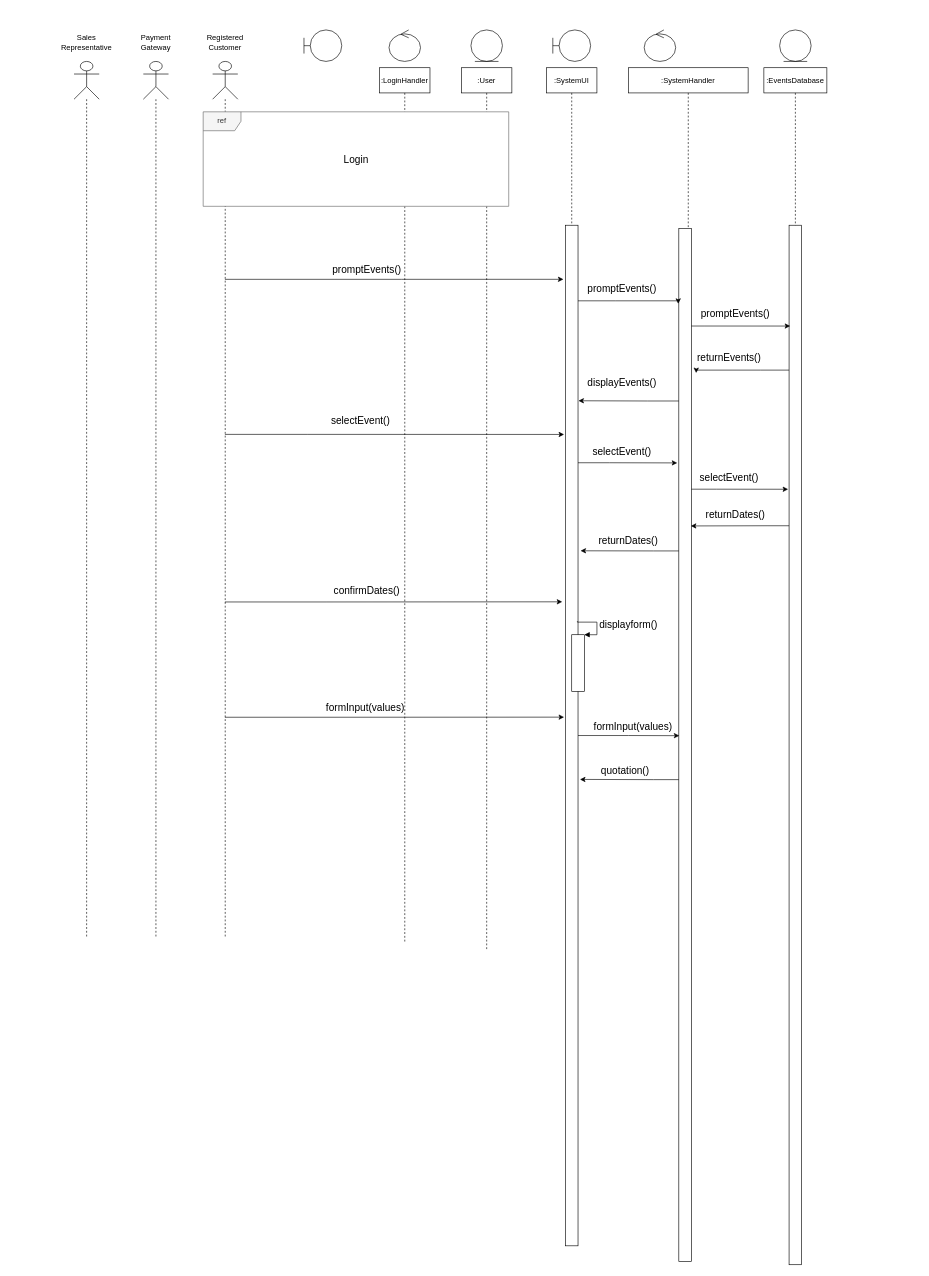
Earlier version of the draw.io diagram Projects/Software Engineering/Sequence.drawio (IT21003332/Y2S1). Source tidied: cells renumbered, new cells numbered last; positions are measured from the earlier drawing's top-left corner, leaving out a move shared by most shapes. Both pictures are drawn from the tidied source at 63%, with x=0, y=0 at pixel (74, 30).
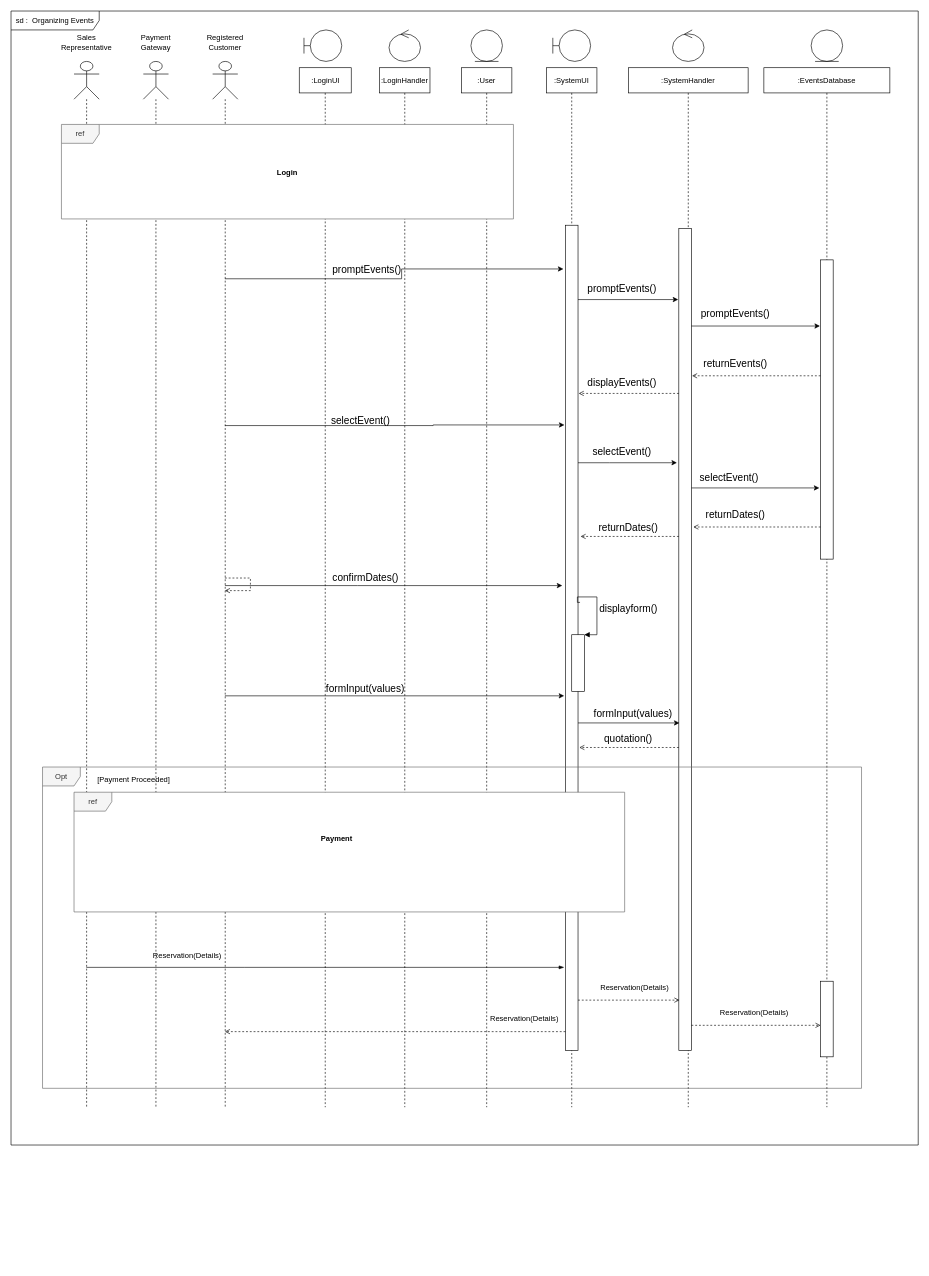
After the change.

Unchanged cells that the change refers to:
```xml
<mxCell id="21" style="html=1;points=[];perimeter=orthogonalPerimeter;shadow=0;fillColor=#FFFFFF;gradientColor=none;fontSize=16;" parent="19" vertex="1">
  <mxGeometry x="40" y="900" width="20" height="90" as="geometry" />
</mxCell>
```

Diff of the diagram source:
```diff
@@
     <mxCell id="4" value=":LoginHandler" style="shape=umlLifeline;perimeter=lifelinePerimeter;whiteSpace=wrap;html=1;" parent="1" vertex="1">
-      <mxGeometry x="485" y="60" width="80" height="1390" as="geometry" />
+      <mxGeometry x="485" y="60" width="80" height="1650" as="geometry" />
     </mxCell>
     <mxCell id="5" value=":User" style="shape=umlLifeline;perimeter=lifelinePerimeter;whiteSpace=wrap;html=1;" parent="1" vertex="1">
-      <mxGeometry x="615" y="60" width="80" height="1400" as="geometry" />
+      <mxGeometry x="615" y="60" width="80" height="1650" as="geometry" />
     </mxCell>
@@
-    <mxCell id="8" style="edgeStyle=orthogonalEdgeStyle;rounded=0;jettySize=auto;html=1;entryX=-0.107;entryY=0.205;entryDx=0;entryDy=0;entryPerimeter=0;fontSize=16;" parent="1" edge="1" source="11" target="20">
+    <mxCell id="8" style="edgeStyle=orthogonalEdgeStyle;rounded=0;jettySize=auto;html=1;entryX=-0.08;entryY=0.242;entryDx=0;entryDy=0;entryPerimeter=0;fontSize=16;" parent="1" edge="1" source="11" target="20">
       <mxGeometry relative="1" as="geometry">
         <Array as="points">
-          <mxPoint x="370" y="642" />
-          <mxPoint x="370" y="642" />
+          <mxPoint x="570" y="628" />
         </Array>
       </mxGeometry>
     </mxCell>
-    <mxCell id="9" style="edgeStyle=orthogonalEdgeStyle;rounded=0;jettySize=auto;html=1;entryX=-0.256;entryY=0.369;entryDx=0;entryDy=0;entryPerimeter=0;fontSize=16;" parent="1" edge="1" source="11" target="20">
+    <mxCell id="9" style="edgeStyle=orthogonalEdgeStyle;rounded=0;jettySize=auto;html=1;fontSize=16;" parent="1" edge="1" source="11">
       <mxGeometry relative="1" as="geometry">
+        <mxPoint x="775" y="882" as="targetPoint" />
         <Array as="points">
-          <mxPoint x="400" y="908" />
-          <mxPoint x="400" y="908" />
+          <mxPoint x="450" y="882" />
+          <mxPoint x="450" y="882" />
         </Array>
       </mxGeometry>
     </mxCell>
-    <mxCell id="10" style="edgeStyle=orthogonalEdgeStyle;rounded=0;jettySize=auto;html=1;entryX=-0.107;entryY=0.482;entryDx=0;entryDy=0;entryPerimeter=0;fontSize=16;" parent="1" edge="1" source="11" target="20">
+    <mxCell id="10" style="edgeStyle=orthogonalEdgeStyle;rounded=0;jettySize=auto;html=1;fontSize=16;" parent="1" edge="1" source="11">
       <mxGeometry relative="1" as="geometry">
+        <mxPoint x="778" y="1057" as="targetPoint" />
         <Array as="points">
-          <mxPoint x="400" y="1091" />
-          <mxPoint x="400" y="1091" />
+          <mxPoint x="460" y="1057" />
+          <mxPoint x="460" y="1057" />
         </Array>
       </mxGeometry>
     </mxCell>
     <mxCell id="11" style="shape=umlLifeline;participant=umlActor;perimeter=lifelinePerimeter;whiteSpace=wrap;html=1;verticalAlign=top;spacingTop=36;outlineConnect=0;size=60;" parent="1" vertex="1">
-      <mxGeometry x="220" y="50" width="40" height="1390" as="geometry" />
+      <mxGeometry x="220" y="50" width="40" height="1660" as="geometry" />
     </mxCell>
@@
+    <mxCell id="54" style="edgeStyle=orthogonalEdgeStyle;rounded=0;jettySize=auto;html=1;endArrow=blockThin;endFill=1;strokeWidth=1;" parent="1" edge="1" source="13">
+      <mxGeometry relative="1" as="geometry">
+        <mxPoint x="778" y="1488" as="targetPoint" />
+        <Array as="points">
+          <mxPoint x="270" y="1488" />
+          <mxPoint x="270" y="1488" />
+        </Array>
+      </mxGeometry>
+    </mxCell>
     <mxCell id="13" style="shape=umlLifeline;participant=umlActor;perimeter=lifelinePerimeter;whiteSpace=wrap;html=1;verticalAlign=top;spacingTop=36;outlineConnect=0;size=60;" parent="1" vertex="1">
-      <mxGeometry y="50" width="40" height="1390" as="geometry" />
+      <mxGeometry y="50" width="40" height="1660" as="geometry" />
     </mxCell>
@@
     <mxCell id="15" style="shape=umlLifeline;participant=umlActor;perimeter=lifelinePerimeter;whiteSpace=wrap;html=1;verticalAlign=top;spacingTop=36;size=60;" parent="1" vertex="1">
-      <mxGeometry x="110" y="50" width="40" height="1390" as="geometry" />
+      <mxGeometry x="110" y="50" width="40" height="1660" as="geometry" />
     </mxCell>
@@
-    <mxCell id="17" value="ref" style="shape=umlFrame;whiteSpace=wrap;html=1;fillColor=#f5f5f5;strokeColor=#666666;fontColor=#333333;shadow=0;swimlaneFillColor=#ffffff;" parent="1" vertex="1">
-      <mxGeometry x="205" y="130" width="485" height="150" as="geometry" />
-    </mxCell>
-    <mxCell id="18" value="Login" style="text;html=1;strokeColor=none;fillColor=none;align=center;verticalAlign=middle;whiteSpace=wrap;rounded=0;shadow=0;fontSize=16;" parent="1" vertex="1">
-      <mxGeometry x="427.5" y="195" width="40" height="20" as="geometry" />
-    </mxCell>
     <mxCell id="19" value=":SystemUI" style="shape=umlLifeline;perimeter=lifelinePerimeter;whiteSpace=wrap;html=1;" parent="1" vertex="1">
-      <mxGeometry x="750" y="60" width="80" height="1870" as="geometry" />
+      <mxGeometry x="750" y="60" width="80" height="1650" as="geometry" />
     </mxCell>
     <mxCell id="20" style="html=1;points=[];perimeter=orthogonalPerimeter;shadow=0;fillColor=#FFFFFF;gradientColor=none;fontSize=16;" parent="19" vertex="1">
-      <mxGeometry x="30" y="250" width="20" height="1620" as="geometry" />
+      <mxGeometry x="30" y="250" width="20" height="1310" as="geometry" />
     </mxCell>
@@
-    <mxCell id="22" value="displayform()" style="edgeStyle=orthogonalEdgeStyle;html=1;align=left;spacingLeft=2;endArrow=block;rounded=0;entryX=1;entryY=0;fontSize=16;exitX=0.95;exitY=0.388;exitDx=0;exitDy=0;exitPerimeter=0;" parent="19" edge="1" source="20" target="21">
+    <mxCell id="22" value="displayform()" style="edgeStyle=orthogonalEdgeStyle;html=1;align=left;spacingLeft=2;endArrow=block;rounded=0;entryX=1;entryY=0;fontSize=16;exitX=1.16;exitY=0.457;exitDx=0;exitDy=0;exitPerimeter=0;" parent="19" edge="1" source="20" target="21">
       <mxGeometry relative="1" as="geometry">
         <Array as="points">
-          <mxPoint x="49" y="880" />
-          <mxPoint x="80" y="880" />
+          <mxPoint x="49" y="849" />
+          <mxPoint x="49" y="840" />
+          <mxPoint x="80" y="840" />
           <mxPoint x="80" y="900" />
         </Array>
       </mxGeometry>
     </mxCell>
@@
     <mxCell id="24" style="ellipse;shape=umlControl;whiteSpace=wrap;html=1;" parent="1" vertex="1">
-      <mxGeometry x="905" width="50" height="50" as="geometry" />
+      <mxGeometry x="950" width="50" height="50" as="geometry" />
     </mxCell>
     <mxCell id="25" value=":SystemHandler" style="shape=umlLifeline;perimeter=lifelinePerimeter;whiteSpace=wrap;html=1;" parent="1" vertex="1">
-      <mxGeometry x="880" y="60" width="190" height="1890" as="geometry" />
+      <mxGeometry x="880" y="60" width="190" height="1650" as="geometry" />
     </mxCell>
     <mxCell id="26" style="html=1;points=[];perimeter=orthogonalPerimeter;shadow=0;fillColor=#FFFFFF;gradientColor=none;fontSize=16;" parent="25" vertex="1">
-      <mxGeometry x="80" y="255" width="20" height="1640" as="geometry" />
+      <mxGeometry x="80" y="255" width="20" height="1305" as="geometry" />
     </mxCell>
@@
     <mxCell id="29" value="formInput(values)" style="text;html=1;strokeColor=none;fillColor=none;align=center;verticalAlign=middle;whiteSpace=wrap;rounded=0;shadow=0;fontSize=16;" parent="25" vertex="1">
-      <mxGeometry x="-10" y="1040" width="35" height="10" as="geometry" />
+      <mxGeometry x="-10" y="1020" width="35" height="10" as="geometry" />
     </mxCell>
     <mxCell id="30" style="ellipse;shape=umlEntity;whiteSpace=wrap;html=1;" parent="1" vertex="1">
-      <mxGeometry x="1120" width="50" height="50" as="geometry" />
+      <mxGeometry x="1170" width="50" height="50" as="geometry" />
     </mxCell>
     <mxCell id="31" value=":EventsDatabase" style="shape=umlLifeline;perimeter=lifelinePerimeter;whiteSpace=wrap;html=1;" parent="1" vertex="1">
-      <mxGeometry x="1095" y="60" width="100" height="1900" as="geometry" />
+      <mxGeometry x="1095" y="60" width="200" height="1650" as="geometry" />
     </mxCell>
     <mxCell id="32" style="html=1;points=[];perimeter=orthogonalPerimeter;shadow=0;fillColor=#FFFFFF;gradientColor=none;fontSize=16;" parent="31" vertex="1">
-      <mxGeometry x="40" y="250" width="20" height="1650" as="geometry" />
+      <mxGeometry x="90" y="305" width="20" height="475" as="geometry" />
     </mxCell>
+    <mxCell id="55" style="html=1;points=[];perimeter=orthogonalPerimeter;strokeWidth=1;" parent="31" vertex="1">
+      <mxGeometry x="90" y="1450" width="20" height="120" as="geometry" />
+    </mxCell>
@@
     <mxCell id="37" value="returnEvents()" style="text;html=1;strokeColor=none;fillColor=none;align=center;verticalAlign=middle;whiteSpace=wrap;rounded=0;shadow=0;fontSize=16;" parent="1" vertex="1">
-      <mxGeometry x="1020" y="510" width="40" height="20" as="geometry" />
+      <mxGeometry x="1030" y="520" width="40" height="20" as="geometry" />
     </mxCell>
@@
-    <mxCell id="40" style="edgeStyle=orthogonalEdgeStyle;rounded=0;jettySize=auto;html=1;entryX=-0.05;entryY=0.073;entryDx=0;entryDy=0;entryPerimeter=0;fontSize=16;" parent="1" edge="1" source="20" target="26">
-      <mxGeometry relative="1" as="geometry">
-        <Array as="points">
-          <mxPoint x="860" y="430" />
-          <mxPoint x="860" y="430" />
-        </Array>
-      </mxGeometry>
-    </mxCell>
-    <mxCell id="41" style="edgeStyle=orthogonalEdgeStyle;rounded=0;jettySize=auto;html=1;entryX=0.086;entryY=0.097;entryDx=0;entryDy=0;entryPerimeter=0;fontSize=16;" parent="1" edge="1" source="26" target="32">
+    <mxCell id="41" style="edgeStyle=orthogonalEdgeStyle;rounded=0;jettySize=auto;html=1;fontSize=16;" parent="1" edge="1" source="26">
       <mxGeometry relative="1" as="geometry">
+        <mxPoint x="1184" y="470" as="targetPoint" />
         <Array as="points">
-          <mxPoint x="1000" y="470" />
-          <mxPoint x="1000" y="470" />
+          <mxPoint x="1184" y="470" />
         </Array>
       </mxGeometry>
     </mxCell>
-    <mxCell id="42" style="edgeStyle=orthogonalEdgeStyle;rounded=0;jettySize=auto;html=1;entryX=1.379;entryY=0.14;entryDx=0;entryDy=0;entryPerimeter=0;fontSize=16;" parent="1" edge="1" source="32" target="26">
-      <mxGeometry relative="1" as="geometry">
-        <Array as="points">
-          <mxPoint x="1090" y="540" />
-          <mxPoint x="1090" y="540" />
-        </Array>
-      </mxGeometry>
-    </mxCell>
-    <mxCell id="43" style="edgeStyle=orthogonalEdgeStyle;rounded=0;jettySize=auto;html=1;entryX=1.036;entryY=0.172;entryDx=0;entryDy=0;entryPerimeter=0;fontSize=16;" parent="1" edge="1" source="26" target="20">
+    <mxCell id="43" style="edgeStyle=orthogonalEdgeStyle;rounded=0;jettySize=auto;html=1;fontSize=16;dashed=1;endArrow=open;endFill=0;" parent="1" edge="1" source="26">
       <mxGeometry relative="1" as="geometry">
+        <mxPoint x="801" y="577" as="targetPoint" />
         <Array as="points">
-          <mxPoint x="910" y="589" />
-          <mxPoint x="910" y="589" />
+          <mxPoint x="880" y="577" />
+          <mxPoint x="880" y="577" />
         </Array>
       </mxGeometry>
     </mxCell>
-    <mxCell id="44" style="edgeStyle=orthogonalEdgeStyle;rounded=0;jettySize=auto;html=1;entryX=-0.076;entryY=0.254;entryDx=0;entryDy=0;entryPerimeter=0;fontSize=16;" parent="1" edge="1" source="26" target="32">
+    <mxCell id="44" style="edgeStyle=orthogonalEdgeStyle;rounded=0;jettySize=auto;html=1;fontSize=16;" parent="1" edge="1" source="26">
       <mxGeometry relative="1" as="geometry">
+        <mxPoint x="1183" y="727" as="targetPoint" />
         <Array as="points">
-          <mxPoint x="1020" y="729" />
-          <mxPoint x="1020" y="729" />
+          <mxPoint x="1183" y="727" />
         </Array>
       </mxGeometry>
     </mxCell>
-    <mxCell id="45" style="edgeStyle=orthogonalEdgeStyle;rounded=0;jettySize=auto;html=1;entryX=0.956;entryY=0.288;entryDx=0;entryDy=0;entryPerimeter=0;fontSize=16;" parent="1" edge="1" source="32" target="26">
-      <mxGeometry relative="1" as="geometry">
-        <Array as="points">
-          <mxPoint x="1100" y="787" />
-          <mxPoint x="1100" y="787" />
-        </Array>
-      </mxGeometry>
-    </mxCell>
-    <mxCell id="46" style="edgeStyle=orthogonalEdgeStyle;rounded=0;jettySize=auto;html=1;entryX=-0.126;entryY=0.227;entryDx=0;entryDy=0;entryPerimeter=0;fontSize=16;" parent="1" edge="1" source="20" target="26">
+    <mxCell id="46" style="edgeStyle=orthogonalEdgeStyle;rounded=0;jettySize=auto;html=1;fontSize=16;" parent="1" edge="1" source="20">
       <mxGeometry relative="1" as="geometry">
+        <mxPoint x="957" y="687" as="targetPoint" />
         <Array as="points">
           <mxPoint x="850" y="687" />
           <mxPoint x="850" y="687" />
         </Array>
       </mxGeometry>
     </mxCell>
-    <mxCell id="47" style="edgeStyle=orthogonalEdgeStyle;rounded=0;jettySize=auto;html=1;entryX=1.203;entryY=0.319;entryDx=0;entryDy=0;entryPerimeter=0;fontSize=16;" parent="1" edge="1" source="26" target="20">
+    <mxCell id="47" style="edgeStyle=orthogonalEdgeStyle;rounded=0;jettySize=auto;html=1;fontSize=16;dashed=1;endArrow=open;endFill=0;" parent="1" edge="1" source="26">
       <mxGeometry relative="1" as="geometry">
+        <mxPoint x="804" y="804" as="targetPoint" />
         <Array as="points">
-          <mxPoint x="920" y="827" />
-          <mxPoint x="920" y="827" />
+          <mxPoint x="804" y="804" />
         </Array>
       </mxGeometry>
     </mxCell>
     <mxCell id="48" value="returnDates()" style="text;html=1;strokeColor=none;fillColor=none;align=center;verticalAlign=middle;whiteSpace=wrap;rounded=0;shadow=0;fontSize=16;" parent="1" vertex="1">
-      <mxGeometry x="860" y="800" width="40" height="20" as="geometry" />
+      <mxGeometry x="860" y="780" width="40" height="20" as="geometry" />
     </mxCell>
     <mxCell id="49" value="confirmDates()" style="text;html=1;strokeColor=none;fillColor=none;align=center;verticalAlign=middle;whiteSpace=wrap;rounded=0;shadow=0;fontSize=16;" parent="1" vertex="1">
-      <mxGeometry x="445" y="880" width="40" height="20" as="geometry" />
+      <mxGeometry x="442.5" y="860" width="40" height="20" as="geometry" />
     </mxCell>
     <mxCell id="50" value="formInput(values)" style="text;html=1;strokeColor=none;fillColor=none;align=center;verticalAlign=middle;whiteSpace=wrap;rounded=0;shadow=0;fontSize=16;" parent="1" vertex="1">
-      <mxGeometry x="445" y="1070" width="35" height="10" as="geometry" />
+      <mxGeometry x="445" y="1040" width="35" height="10" as="geometry" />
     </mxCell>
-    <mxCell id="51" style="edgeStyle=orthogonalEdgeStyle;rounded=0;jettySize=auto;html=1;entryX=0.038;entryY=0.491;entryDx=0;entryDy=0;entryPerimeter=0;" parent="1" edge="1" source="20" target="26">
-      <mxGeometry relative="1" as="geometry" />
+    <mxCell id="51" style="edgeStyle=orthogonalEdgeStyle;rounded=0;jettySize=auto;html=1;" parent="1" edge="1" source="20">
+      <mxGeometry relative="1" as="geometry">
+        <mxPoint x="961" y="1100" as="targetPoint" />
+        <Array as="points">
+          <mxPoint x="961" y="1100" />
+        </Array>
+      </mxGeometry>
     </mxCell>
-    <mxCell id="52" style="edgeStyle=orthogonalEdgeStyle;rounded=0;jettySize=auto;html=1;entryX=1.156;entryY=0.543;entryDx=0;entryDy=0;entryPerimeter=0;" parent="1" edge="1" source="26" target="20">
-      <mxGeometry relative="1" as="geometry">
-        <Array as="points">
-          <mxPoint x="920" y="1190" />
-          <mxPoint x="920" y="1190" />
-        </Array>
-      </mxGeometry>
-    </mxCell>
     <mxCell id="53" value="quotation()" style="text;html=1;strokeColor=none;fillColor=none;align=center;verticalAlign=middle;whiteSpace=wrap;rounded=0;fontSize=16;" parent="1" vertex="1">
-      <mxGeometry x="845" y="1160" width="60" height="30" as="geometry" />
+      <mxGeometry x="850" y="1110" width="60" height="30" as="geometry" />
     </mxCell>
+    <mxCell id="56" style="edgeStyle=orthogonalEdgeStyle;rounded=0;jettySize=auto;html=1;dashed=1;endArrow=open;endFill=0;" parent="1" edge="1" source="32">
+      <mxGeometry relative="1" as="geometry">
+        <mxPoint x="981" y="549" as="targetPoint" />
+        <Array as="points">
+          <mxPoint x="1060" y="549" />
+          <mxPoint x="1060" y="549" />
+        </Array>
+      </mxGeometry>
+    </mxCell>
+    <mxCell id="57" style="edgeStyle=orthogonalEdgeStyle;rounded=0;jettySize=auto;html=1;" parent="1" edge="1" source="20">
+      <mxGeometry relative="1" as="geometry">
+        <mxPoint x="959" y="428" as="targetPoint" />
+        <Array as="points">
+          <mxPoint x="959" y="428" />
+        </Array>
+      </mxGeometry>
+    </mxCell>
+    <mxCell id="58" value=":LoginUI" style="shape=umlLifeline;perimeter=lifelinePerimeter;whiteSpace=wrap;html=1;" parent="1" vertex="1">
+      <mxGeometry x="357.5" y="60" width="82.5" height="1650" as="geometry" />
+    </mxCell>
+    <mxCell id="59" style="edgeStyle=orthogonalEdgeStyle;rounded=0;jettySize=auto;html=1;dashed=1;endArrow=open;endFill=0;" parent="1" edge="1" source="26">
+      <mxGeometry relative="1" as="geometry">
+        <mxPoint x="802" y="1139" as="targetPoint" />
+        <Array as="points">
+          <mxPoint x="920" y="1139" />
+          <mxPoint x="920" y="1139" />
+        </Array>
+      </mxGeometry>
+    </mxCell>
+    <mxCell id="60" value="ref" style="shape=umlFrame;whiteSpace=wrap;html=1;fillColor=#f5f5f5;strokeColor=#666666;fontColor=#333333;shadow=0;swimlaneFillColor=#ffffff;" parent="1" vertex="1">
+      <mxGeometry x="-20" y="150" width="717.5" height="150" as="geometry" />
+    </mxCell>
+    <mxCell id="61" value="ref" style="shape=umlFrame;whiteSpace=wrap;html=1;fillColor=#f5f5f5;strokeColor=#666666;fontColor=#333333;shadow=0;swimlaneFillColor=#ffffff;" parent="1" vertex="1">
+      <mxGeometry y="1210" width="874" height="190" as="geometry" />
+    </mxCell>
+    <mxCell id="62" value="Payment " style="text;align=center;fontStyle=1;verticalAlign=middle;spacingLeft=3;spacingRight=3;strokeColor=none;" parent="1" vertex="1">
+      <mxGeometry x="378.8" y="1270" width="80" height="26" as="geometry" />
+    </mxCell>
+    <mxCell id="18" value="Login" style="text;align=center;fontStyle=1;verticalAlign=middle;spacingLeft=3;spacingRight=3;strokeColor=none;" parent="1" vertex="1">
+      <mxGeometry x="298.8" y="212" width="80" height="26" as="geometry" />
+    </mxCell>
+    <mxCell id="63" value="Opt" style="shape=umlFrame;whiteSpace=wrap;html=1;fillColor=#f5f5f5;strokeColor=#666666;fontColor=#333333;shadow=0;swimlaneFillColor=none;" parent="1" vertex="1">
+      <mxGeometry x="-50" y="1170" width="1300" height="510" as="geometry" />
+    </mxCell>
+    <mxCell id="64" value="Reservation(Details)" style="text;html=1;strokeColor=none;fillColor=none;align=center;verticalAlign=middle;whiteSpace=wrap;rounded=0;" parent="1" vertex="1">
+      <mxGeometry x="160" y="1460" width="40" height="20" as="geometry" />
+    </mxCell>
+    <mxCell id="65" style="edgeStyle=orthogonalEdgeStyle;rounded=0;jettySize=auto;html=1;endArrow=open;endFill=0;strokeWidth=1;dashed=1;" parent="1" edge="1" source="32">
+      <mxGeometry relative="1" as="geometry">
+        <mxPoint x="983" y="789" as="targetPoint" />
+        <Array as="points">
+          <mxPoint x="1130" y="789" />
+          <mxPoint x="1130" y="789" />
+        </Array>
+      </mxGeometry>
+    </mxCell>
+    <mxCell id="66" style="edgeStyle=orthogonalEdgeStyle;rounded=0;jettySize=auto;html=1;dashed=1;endArrow=open;endFill=0;strokeWidth=1;" parent="1" edge="1" source="20">
+      <mxGeometry relative="1" as="geometry">
+        <mxPoint x="961" y="1540" as="targetPoint" />
+        <Array as="points">
+          <mxPoint x="961" y="1540" />
+        </Array>
+      </mxGeometry>
+    </mxCell>
+    <mxCell id="67" style="edgeStyle=orthogonalEdgeStyle;rounded=0;jettySize=auto;html=1;dashed=1;endArrow=open;endFill=0;strokeWidth=1;" parent="1" edge="1" source="26" target="55">
+      <mxGeometry relative="1" as="geometry">
+        <Array as="points">
+          <mxPoint x="1080" y="1580" />
+          <mxPoint x="1080" y="1580" />
+        </Array>
+      </mxGeometry>
+    </mxCell>
+    <mxCell id="68" style="edgeStyle=orthogonalEdgeStyle;rounded=0;orthogonalLoop=1;jettySize=auto;html=1;exitX=0.5;exitY=1;exitDx=0;exitDy=0;dashed=1;endArrow=open;endFill=0;strokeWidth=1;" parent="1" edge="1">
+      <mxGeometry relative="1" as="geometry">
+        <mxPoint x="1080" y="1530" as="sourcePoint" />
+        <mxPoint x="1080" y="1530" as="targetPoint" />
+      </mxGeometry>
+    </mxCell>
+    <mxCell id="69" value="Reservation(Details)" style="text;html=1;strokeColor=none;fillColor=none;align=center;verticalAlign=middle;whiteSpace=wrap;rounded=0;" parent="1" vertex="1">
+      <mxGeometry x="870" y="1510" width="40" height="20" as="geometry" />
+    </mxCell>
+    <mxCell id="70" value="Reservation(Details)" style="text;html=1;strokeColor=none;fillColor=none;align=center;verticalAlign=middle;whiteSpace=wrap;rounded=0;" parent="1" vertex="1">
+      <mxGeometry x="1060" y="1550" width="40" height="20" as="geometry" />
+    </mxCell>
+    <mxCell id="71" value="Reservation(Details)" style="text;html=1;strokeColor=none;fillColor=none;align=center;verticalAlign=middle;whiteSpace=wrap;rounded=0;" parent="1" vertex="1">
+      <mxGeometry x="695" y="1560" width="40" height="20" as="geometry" />
+    </mxCell>
+    <mxCell id="72" style="edgeStyle=orthogonalEdgeStyle;rounded=0;jettySize=auto;html=1;dashed=1;endArrow=open;endFill=0;strokeWidth=1;" parent="1" edge="1" source="20" target="11">
+      <mxGeometry relative="1" as="geometry">
+        <Array as="points">
+          <mxPoint x="420" y="1590" />
+          <mxPoint x="420" y="1590" />
+        </Array>
+      </mxGeometry>
+    </mxCell>
+    <mxCell id="73" value="[Payment Proceeded]" style="text;html=1;strokeColor=none;fillColor=none;align=center;verticalAlign=middle;whiteSpace=wrap;rounded=0;" parent="1" vertex="1">
+      <mxGeometry x="30" y="1180" width="130" height="20" as="geometry" />
+    </mxCell>
+    <mxCell id="74" style="edgeStyle=orthogonalEdgeStyle;rounded=0;orthogonalLoop=1;jettySize=auto;html=1;dashed=1;endArrow=open;endFill=0;strokeWidth=1;" parent="1" edge="1" source="11" target="11">
+      <mxGeometry relative="1" as="geometry" />
+    </mxCell>
+    <mxCell id="75" value="sd :&amp;nbsp; Organizing Events" style="shape=umlFrame;whiteSpace=wrap;html=1;strokeWidth=1;width=140;height=30;" parent="1" vertex="1">
+      <mxGeometry x="-100" y="-30" width="1440" height="1800" as="geometry" />
+    </mxCell>
```
